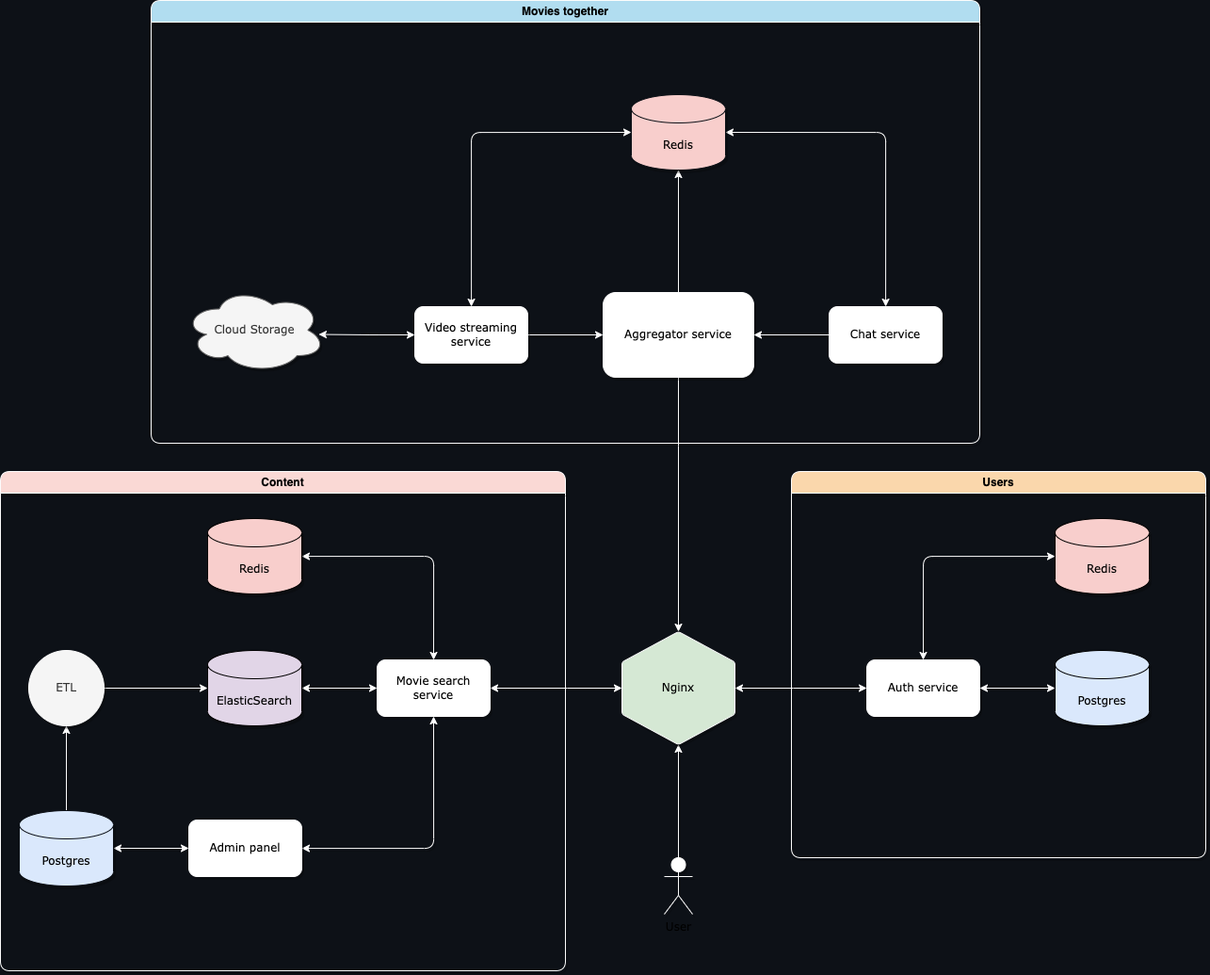
cwhiteley/Movies-Together keeps this draw.io diagram as architecture/Service3.png. Above is the earlier version. Source tidied: cells renumbered, new cells last; positions are measured from the earlier drawing's top-left corner, leaving out a move shared by most shapes. Source of this version:
```xml
<mxGraphModel background="#0D1117">
  <root>
    <mxCell id="0" />
    <mxCell id="1" parent="0" />
    <mxCell id="2" style="edgeStyle=orthogonalEdgeStyle;rounded=1;jettySize=auto;html=1;strokeColor=#FCFCFC;swimlaneLine=1;shadow=1;" parent="1" edge="1" source="3" target="8">
      <mxGeometry relative="1" as="geometry" />
    </mxCell>
    <mxCell id="3" value="User" style="shape=umlActor;verticalLabelPosition=bottom;verticalAlign=top;html=1;outlineConnect=0;fontFamily=Verdana;strokeColor=#FCFCFC;swimlaneLine=1;shadow=1;rounded=1;" parent="1" vertex="1">
      <mxGeometry x="705" y="910" width="30" height="60" as="geometry" />
    </mxCell>
    <mxCell id="4" style="edgeStyle=orthogonalEdgeStyle;rounded=1;jettySize=auto;html=1;entryX=0.5;entryY=1;entryDx=0;entryDy=0;entryPerimeter=0;strokeColor=#FCFCFC;swimlaneLine=1;shadow=1;" parent="1" edge="1" source="6" target="31">
      <mxGeometry relative="1" as="geometry" />
    </mxCell>
    <mxCell id="5" style="edgeStyle=orthogonalEdgeStyle;rounded=1;jettySize=auto;html=1;strokeColor=#FCFCFC;swimlaneLine=1;shadow=1;" parent="1" edge="1" source="6" target="8">
      <mxGeometry relative="1" as="geometry" />
    </mxCell>
    <mxCell id="6" value="Aggregator service" style="rounded=1;whiteSpace=wrap;html=1;fontFamily=Verdana;strokeColor=#FCFCFC;swimlaneLine=1;shadow=1;" parent="1" vertex="1">
      <mxGeometry x="640" y="310" width="160" height="90" as="geometry" />
    </mxCell>
    <mxCell id="7" style="edgeStyle=orthogonalEdgeStyle;jettySize=auto;html=1;entryX=0;entryY=0.5;entryDx=0;entryDy=0;fontFamily=Verdana;startArrow=classic;startFill=1;strokeColor=#FCFCFC;swimlaneLine=1;shadow=1;" parent="1" edge="1" source="8" target="10">
      <mxGeometry relative="1" as="geometry" />
    </mxCell>
    <mxCell id="8" style="verticalLabelPosition=bottom;verticalAlign=top;html=1;shape=hexagon;perimeter=hexagonPerimeter2;arcSize=6;size=0.27;rounded=1;rotation=-90;fontFamily=Verdana;fillColor=#d5e8d4;strokeColor=#FCFCFC;swimlaneLine=1;shadow=1;" parent="1" vertex="1">
      <mxGeometry x="660" y="670" width="120" height="120" as="geometry" />
    </mxCell>
    <mxCell id="9" value="Nginx" style="text;html=1;strokeColor=none;fillColor=none;align=center;verticalAlign=middle;whiteSpace=wrap;rounded=1;fontFamily=Verdana;swimlaneLine=1;shadow=1;" parent="1" vertex="1">
      <mxGeometry x="690" y="715" width="60" height="30" as="geometry" />
    </mxCell>
    <mxCell id="10" value="Auth service" style="rounded=1;whiteSpace=wrap;html=1;fontFamily=Verdana;strokeColor=#FCFCFC;gradientColor=none;swimlaneLine=1;shadow=1;" parent="1" vertex="1">
      <mxGeometry x="920" y="700" width="120" height="60" as="geometry" />
    </mxCell>
    <mxCell id="11" style="edgeStyle=orthogonalEdgeStyle;jettySize=auto;html=1;entryX=1;entryY=0.5;entryDx=0;entryDy=0;entryPerimeter=0;fontFamily=Verdana;startArrow=classic;startFill=1;strokeColor=#FCFCFC;swimlaneLine=1;shadow=1;" parent="1" edge="1" source="13" target="18">
      <mxGeometry relative="1" as="geometry" />
    </mxCell>
    <mxCell id="12" style="edgeStyle=orthogonalEdgeStyle;jettySize=auto;html=1;entryX=0.5;entryY=0;entryDx=0;entryDy=0;fontFamily=Verdana;startArrow=classic;startFill=1;strokeColor=#FCFCFC;swimlaneLine=1;shadow=1;" parent="1" edge="1" source="13" target="8">
      <mxGeometry relative="1" as="geometry" />
    </mxCell>
    <mxCell id="13" value="Movie search service" style="rounded=1;whiteSpace=wrap;html=1;fontFamily=Verdana;strokeColor=#FCFCFC;swimlaneLine=1;shadow=1;" parent="1" vertex="1">
      <mxGeometry x="400" y="700" width="120" height="60" as="geometry" />
    </mxCell>
    <mxCell id="14" style="edgeStyle=orthogonalEdgeStyle;jettySize=auto;html=1;entryX=1;entryY=0.5;entryDx=0;entryDy=0;fontFamily=Verdana;startArrow=classic;startFill=1;strokeColor=#FCFCFC;swimlaneLine=1;shadow=1;" parent="1" edge="1" source="15" target="10">
      <mxGeometry relative="1" as="geometry" />
    </mxCell>
    <mxCell id="15" value="Postgres" style="shape=cylinder3;whiteSpace=wrap;html=1;boundedLbl=1;backgroundOutline=1;size=15;rounded=1;fontFamily=Verdana;fillColor=#dae8fc;strokeColor=#000000;swimlaneLine=1;shadow=1;" parent="1" vertex="1">
      <mxGeometry x="1120" y="690" width="100" height="80" as="geometry" />
    </mxCell>
    <mxCell id="16" style="edgeStyle=orthogonalEdgeStyle;jettySize=auto;html=1;entryX=0.5;entryY=0;entryDx=0;entryDy=0;fontFamily=Verdana;startArrow=classic;startFill=1;strokeColor=#FCFCFC;swimlaneLine=1;shadow=1;" parent="1" edge="1" source="17" target="10">
      <mxGeometry relative="1" as="geometry" />
    </mxCell>
    <mxCell id="17" value="Redis&lt;br&gt;" style="shape=cylinder3;whiteSpace=wrap;html=1;boundedLbl=1;backgroundOutline=1;size=15;rounded=1;fontFamily=Verdana;fillColor=#f8cecc;strokeColor=#000000;swimlaneLine=1;shadow=1;gradientColor=none;" parent="1" vertex="1">
      <mxGeometry x="1120" y="550" width="100" height="80" as="geometry" />
    </mxCell>
    <mxCell id="18" value="ElasticSearch" style="shape=cylinder3;whiteSpace=wrap;html=1;boundedLbl=1;backgroundOutline=1;size=15;rounded=1;fontFamily=Verdana;fillColor=#e1d5e7;strokeColor=#000000;swimlaneLine=1;shadow=1;" parent="1" vertex="1">
      <mxGeometry x="220" y="690" width="100" height="80" as="geometry" />
    </mxCell>
    <mxCell id="19" style="edgeStyle=orthogonalEdgeStyle;jettySize=auto;html=1;entryX=0.5;entryY=0;entryDx=0;entryDy=0;fontFamily=Verdana;startArrow=classic;startFill=1;strokeColor=#FCFCFC;swimlaneLine=1;shadow=1;" parent="1" edge="1" source="20" target="13">
      <mxGeometry relative="1" as="geometry" />
    </mxCell>
    <mxCell id="20" value="Redis" style="shape=cylinder3;whiteSpace=wrap;html=1;boundedLbl=1;backgroundOutline=1;size=15;rounded=1;fontFamily=Verdana;fillColor=#f8cecc;strokeColor=#000000;swimlaneLine=1;shadow=1;" parent="1" vertex="1">
      <mxGeometry x="220" y="550" width="100" height="80" as="geometry" />
    </mxCell>
    <mxCell id="21" style="edgeStyle=orthogonalEdgeStyle;jettySize=auto;html=1;entryX=0.5;entryY=1;entryDx=0;entryDy=0;fontFamily=Verdana;startArrow=classic;startFill=1;strokeColor=#FCFCFC;swimlaneLine=1;shadow=1;" parent="1" edge="1" source="23" target="13">
      <mxGeometry relative="1" as="geometry" />
    </mxCell>
    <mxCell id="22" style="edgeStyle=orthogonalEdgeStyle;jettySize=auto;html=1;entryX=1;entryY=0.5;entryDx=0;entryDy=0;entryPerimeter=0;fontFamily=Verdana;startArrow=classic;startFill=1;strokeColor=#FCFCFC;swimlaneLine=1;shadow=1;" parent="1" edge="1" source="23" target="25">
      <mxGeometry relative="1" as="geometry" />
    </mxCell>
    <mxCell id="23" value="Admin panel" style="rounded=1;whiteSpace=wrap;html=1;fontFamily=Verdana;strokeColor=#FCFCFC;swimlaneLine=1;shadow=1;" parent="1" vertex="1">
      <mxGeometry x="200" y="870" width="120" height="60" as="geometry" />
    </mxCell>
    <mxCell id="24" style="edgeStyle=orthogonalEdgeStyle;jettySize=auto;html=1;entryX=0.5;entryY=1;entryDx=0;entryDy=0;fontFamily=Verdana;startArrow=none;startFill=0;strokeColor=#FCFCFC;swimlaneLine=1;shadow=1;" parent="1" edge="1" source="25" target="27">
      <mxGeometry relative="1" as="geometry" />
    </mxCell>
    <mxCell id="25" value="Postgres" style="shape=cylinder3;whiteSpace=wrap;html=1;boundedLbl=1;backgroundOutline=1;size=15;rounded=1;fontFamily=Verdana;fillColor=#dae8fc;strokeColor=#0D1117;swimlaneLine=1;shadow=1;" parent="1" vertex="1">
      <mxGeometry x="20" y="860" width="100" height="80" as="geometry" />
    </mxCell>
    <mxCell id="26" style="edgeStyle=orthogonalEdgeStyle;jettySize=auto;html=1;entryX=0;entryY=0.5;entryDx=0;entryDy=0;entryPerimeter=0;fontFamily=Verdana;startArrow=none;startFill=0;strokeColor=#FCFCFC;swimlaneLine=1;shadow=1;" parent="1" edge="1" source="27" target="18">
      <mxGeometry relative="1" as="geometry" />
    </mxCell>
    <mxCell id="27" value="ETL" style="ellipse;whiteSpace=wrap;html=1;rounded=1;fontFamily=Verdana;fillColor=#f5f5f5;fontColor=#333333;strokeColor=#FCFCFC;swimlaneLine=1;shadow=1;" parent="1" vertex="1">
      <mxGeometry x="30" y="690" width="80" height="80" as="geometry" />
    </mxCell>
    <mxCell id="28" style="edgeStyle=orthogonalEdgeStyle;rounded=1;jettySize=auto;html=1;entryX=1;entryY=0.5;entryDx=0;entryDy=0;strokeColor=#FCFCFC;swimlaneLine=1;shadow=1;" parent="1" edge="1" source="30" target="6">
      <mxGeometry relative="1" as="geometry" />
    </mxCell>
    <mxCell id="29" style="edgeStyle=orthogonalEdgeStyle;rounded=1;jettySize=auto;html=1;entryX=1;entryY=0.5;entryDx=0;entryDy=0;entryPerimeter=0;startArrow=classic;startFill=1;strokeColor=#FCFCFC;swimlaneLine=1;shadow=1;" parent="1" edge="1" source="30" target="31">
      <mxGeometry relative="1" as="geometry">
        <Array as="points">
          <mxPoint x="940" y="140" />
        </Array>
      </mxGeometry>
    </mxCell>
    <mxCell id="30" value="Chat service" style="rounded=1;whiteSpace=wrap;html=1;fontFamily=Verdana;strokeColor=#FCFCFC;swimlaneLine=1;shadow=1;" parent="1" vertex="1">
      <mxGeometry x="880" y="325" width="120" height="60" as="geometry" />
    </mxCell>
    <mxCell id="31" value="Redis" style="shape=cylinder3;whiteSpace=wrap;html=1;boundedLbl=1;backgroundOutline=1;size=15;rounded=1;fontFamily=Verdana;fillColor=#f8cecc;strokeColor=#0D1117;swimlaneLine=1;shadow=1;" parent="1" vertex="1">
      <mxGeometry x="670" y="100" width="100" height="80" as="geometry" />
    </mxCell>
    <mxCell id="32" style="edgeStyle=orthogonalEdgeStyle;rounded=1;jettySize=auto;html=1;entryX=0;entryY=0.5;entryDx=0;entryDy=0;strokeColor=#FCFCFC;swimlaneLine=1;shadow=1;" parent="1" edge="1" source="34" target="6">
      <mxGeometry relative="1" as="geometry" />
    </mxCell>
    <mxCell id="33" style="edgeStyle=orthogonalEdgeStyle;rounded=1;jettySize=auto;html=1;entryX=0;entryY=0.5;entryDx=0;entryDy=0;entryPerimeter=0;startArrow=classic;startFill=1;strokeColor=#FCFCFC;swimlaneLine=1;shadow=1;" parent="1" edge="1" source="34" target="31">
      <mxGeometry relative="1" as="geometry">
        <Array as="points">
          <mxPoint x="500" y="140" />
        </Array>
      </mxGeometry>
    </mxCell>
    <mxCell id="34" value="Video streaming service" style="rounded=1;whiteSpace=wrap;html=1;fontFamily=Verdana;strokeColor=#FCFCFC;swimlaneLine=1;shadow=1;" parent="1" vertex="1">
      <mxGeometry x="440" y="325" width="120" height="60" as="geometry" />
    </mxCell>
    <mxCell id="35" style="edgeStyle=orthogonalEdgeStyle;jettySize=auto;html=1;entryX=0.953;entryY=0.55;entryDx=0;entryDy=0;entryPerimeter=0;fontFamily=Verdana;startArrow=classic;startFill=1;endArrow=classic;endFill=1;strokeColor=#FCFCFC;swimlaneLine=1;shadow=1;" parent="1" edge="1" source="34" target="36">
      <mxGeometry relative="1" as="geometry" />
    </mxCell>
    <mxCell id="36" value="Cloud Storage" style="ellipse;shape=cloud;whiteSpace=wrap;html=1;rounded=1;fontFamily=Verdana;fillColor=#f5f5f5;strokeColor=#666666;fontColor=#333333;swimlaneLine=1;shadow=1;" parent="1" vertex="1">
      <mxGeometry x="195" y="305" width="150" height="90" as="geometry" />
    </mxCell>
    <mxCell id="37" value="Movies together" style="swimlane;whiteSpace=wrap;html=1;fillColor=#b1ddf0;strokeColor=#FCFCFC;swimlaneLine=1;shadow=1;rounded=1;" parent="1" vertex="1">
      <mxGeometry x="160" width="880" height="470" as="geometry" />
    </mxCell>
    <mxCell id="38" value="Content" style="swimlane;whiteSpace=wrap;html=1;fillColor=#fad9d5;strokeColor=#FCFCFC;swimlaneLine=1;shadow=1;rounded=1;" parent="1" vertex="1">
      <mxGeometry y="500" width="600" height="530" as="geometry" />
    </mxCell>
    <mxCell id="39" value="Users" style="swimlane;whiteSpace=wrap;html=1;fillColor=#fad7ac;strokeColor=#FCFCFC;swimlaneLine=1;shadow=1;rounded=1;" parent="1" vertex="1">
      <mxGeometry x="840" y="500" width="440" height="410" as="geometry" />
    </mxCell>
  </root>
</mxGraphModel>
```
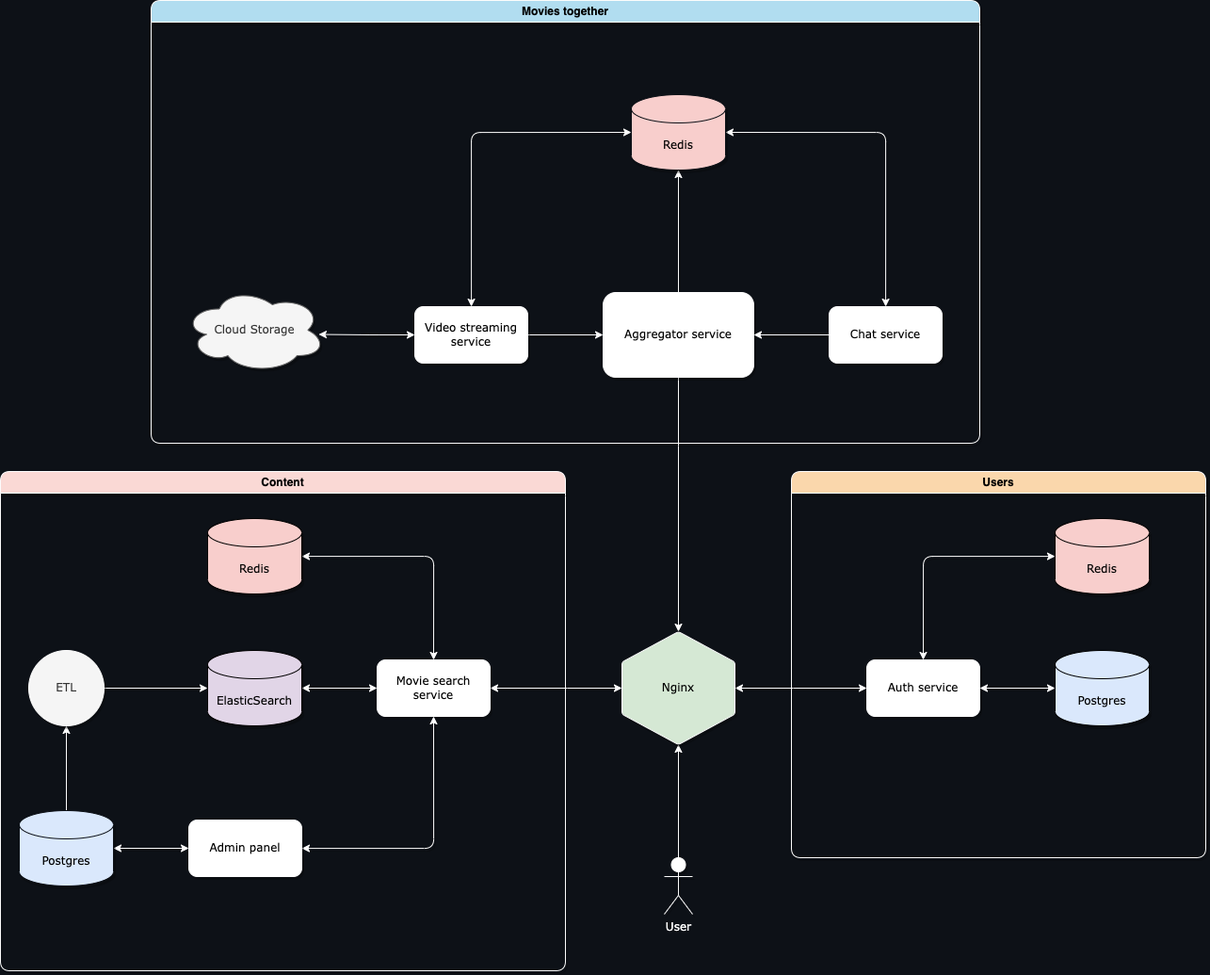
Above is the later version.

The edit, as a diff of the source:
```diff
@@ -5,7 +5,7 @@
     <mxCell id="2" style="edgeStyle=orthogonalEdgeStyle;rounded=1;jettySize=auto;html=1;strokeColor=#FCFCFC;swimlaneLine=1;shadow=1;" parent="1" edge="1" source="3" target="8">
       <mxGeometry relative="1" as="geometry" />
     </mxCell>
-    <mxCell id="3" value="User" style="shape=umlActor;verticalLabelPosition=bottom;verticalAlign=top;html=1;outlineConnect=0;fontFamily=Verdana;strokeColor=#FCFCFC;swimlaneLine=1;shadow=1;rounded=1;" parent="1" vertex="1">
+    <mxCell id="3" value="User" style="shape=umlActor;verticalLabelPosition=bottom;verticalAlign=top;html=1;outlineConnect=0;fontFamily=Verdana;strokeColor=#FCFCFC;swimlaneLine=1;shadow=1;rounded=1;fontColor=#FFFFFF;" parent="1" vertex="1">
       <mxGeometry x="705" y="910" width="30" height="60" as="geometry" />
     </mxCell>
     <mxCell id="4" style="edgeStyle=orthogonalEdgeStyle;rounded=1;jettySize=auto;html=1;entryX=0.5;entryY=1;entryDx=0;entryDy=0;entryPerimeter=0;strokeColor=#FCFCFC;swimlaneLine=1;shadow=1;" parent="1" edge="1" source="6" target="31">
```
